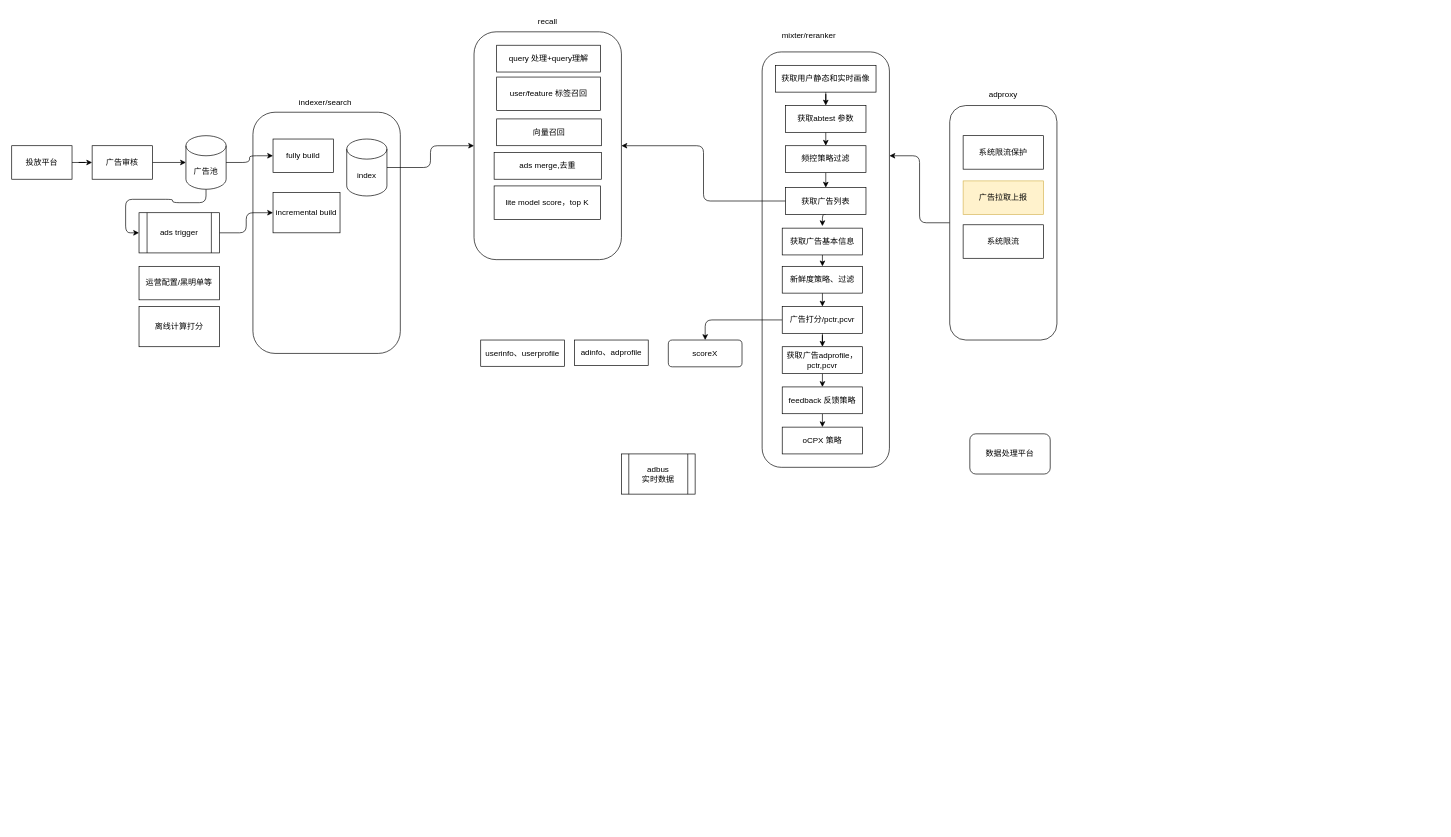
Earlier version of the draw.io diagram source/diagrams/ads.drawio (wxquare/wxquare.github.io). Source tidied: cells renumbered, new cells numbered last; positions are measured from the earlier drawing's top-left corner, leaving out a move shared by most shapes. Both pictures are drawn from the tidied source at 67%, with x=0, y=0 at pixel (11, 11).
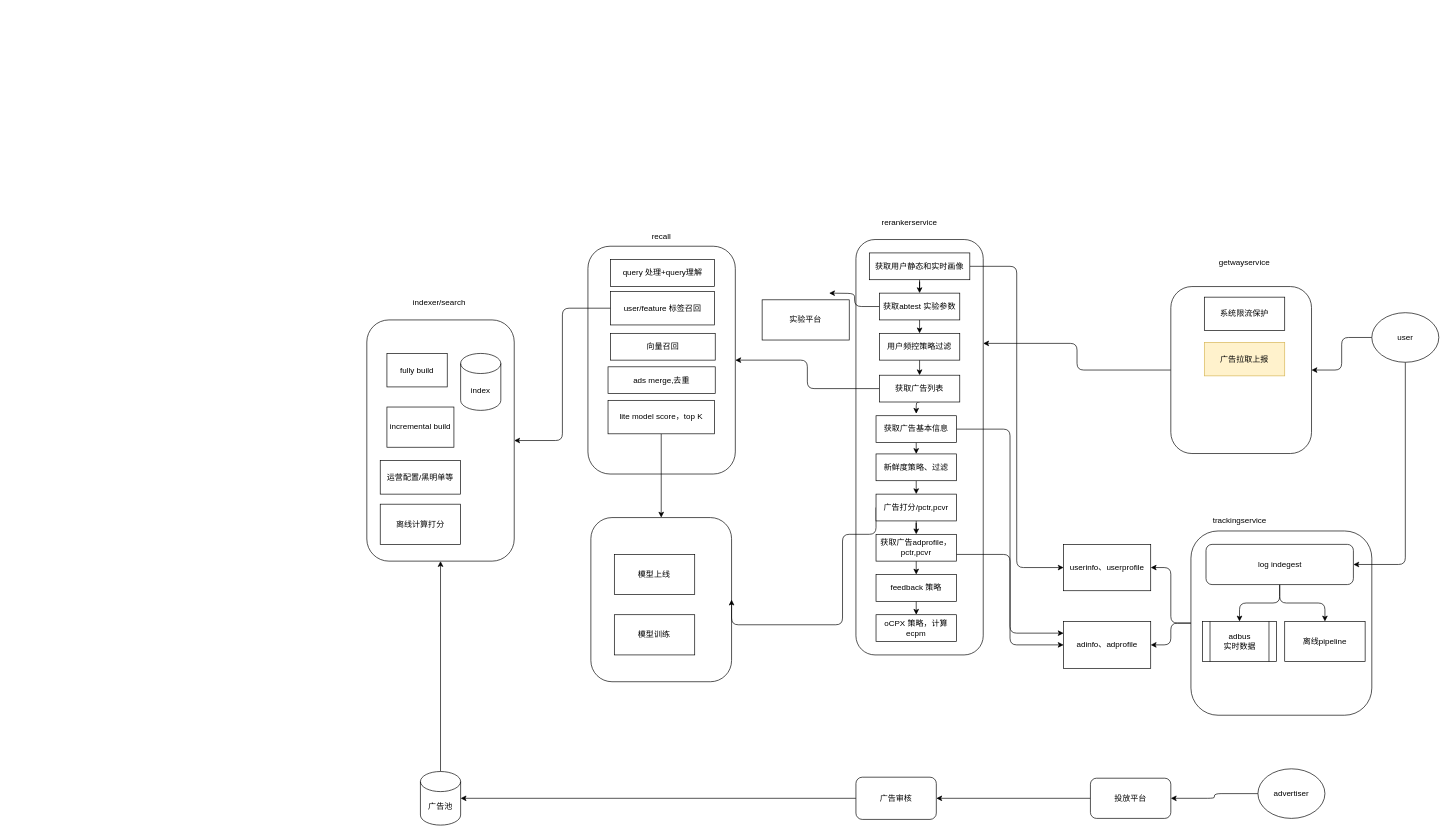
Above is the later version.

Change to the diagram source:
```diff
@@
-    <mxCell id="2" style="edgeStyle=orthogonalEdgeStyle;rounded=1;jettySize=auto;html=1;exitX=0.5;exitY=1;exitDx=0;exitDy=0;exitPerimeter=0;entryX=0;entryY=0.5;entryDx=0;entryDy=0;" parent="1" edge="1" source="3" target="14">
-      <mxGeometry relative="1" as="geometry" />
-    </mxCell>
-    <mxCell id="3" value="广告池" style="shape=cylinder3;whiteSpace=wrap;html=1;boundedLbl=1;backgroundOutline=1;size=15;" parent="1" vertex="1">
-      <mxGeometry x="260" y="185" width="60" height="80" as="geometry" />
-    </mxCell>
-    <mxCell id="4" style="edgeStyle=orthogonalEdgeStyle;rounded=0;jettySize=auto;html=1;exitX=1;exitY=0.5;exitDx=0;exitDy=0;" parent="1" edge="1" source="5" target="7">
-      <mxGeometry relative="1" as="geometry" />
-    </mxCell>
-    <mxCell id="5" value="投放平台" style="rounded=0;whiteSpace=wrap;html=1;" parent="1" vertex="1">
-      <mxGeometry y="200" width="90" height="50" as="geometry" />
-    </mxCell>
-    <mxCell id="6" style="edgeStyle=orthogonalEdgeStyle;rounded=0;jettySize=auto;html=1;exitX=1;exitY=0.5;exitDx=0;exitDy=0;entryX=0;entryY=0.5;entryDx=0;entryDy=0;entryPerimeter=0;" parent="1" edge="1" source="7" target="3">
-      <mxGeometry relative="1" as="geometry" />
-    </mxCell>
-    <mxCell id="7" value="广告审核" style="rounded=0;whiteSpace=wrap;html=1;" parent="1" vertex="1">
-      <mxGeometry x="120" y="200" width="90" height="50" as="geometry" />
-    </mxCell>
+    <mxCell id="61" style="edgeStyle=orthogonalEdgeStyle;rounded=1;jettySize=auto;html=1;exitX=0;exitY=0.5;exitDx=0;exitDy=0;entryX=1;entryY=0.5;entryDx=0;entryDy=0;" parent="1" edge="1" source="63" target="34">
+      <mxGeometry relative="1" as="geometry" />
+    </mxCell>
+    <mxCell id="62" style="edgeStyle=orthogonalEdgeStyle;rounded=1;jettySize=auto;html=1;exitX=0;exitY=0.5;exitDx=0;exitDy=0;entryX=1;entryY=0.5;entryDx=0;entryDy=0;" parent="1" edge="1" source="63" target="31">
+      <mxGeometry relative="1" as="geometry" />
+    </mxCell>
+    <mxCell id="63" style="rounded=1;whiteSpace=wrap;html=1;" parent="1" vertex="1">
+      <mxGeometry x="1760" y="775" width="270" height="275" as="geometry" />
+    </mxCell>
     <mxCell id="8" style="rounded=1;whiteSpace=wrap;html=1;" parent="1" vertex="1">
-      <mxGeometry x="360" y="150" width="220" height="360" as="geometry" />
+      <mxGeometry x="530" y="460" width="220" height="360" as="geometry" />
     </mxCell>
-    <mxCell id="9" style="edgeStyle=orthogonalEdgeStyle;rounded=1;jettySize=auto;html=1;exitX=1;exitY=0.5;exitDx=0;exitDy=0;exitPerimeter=0;" parent="1" edge="1" source="10" target="19">
-      <mxGeometry relative="1" as="geometry" />
-    </mxCell>
     <mxCell id="10" value="index" style="shape=cylinder3;whiteSpace=wrap;html=1;boundedLbl=1;backgroundOutline=1;size=15;" parent="1" vertex="1">
-      <mxGeometry x="500" y="190" width="60" height="85" as="geometry" />
+      <mxGeometry x="670" y="510" width="60" height="85" as="geometry" />
     </mxCell>
     <mxCell id="11" value="fully build" style="rounded=0;whiteSpace=wrap;html=1;" parent="1" vertex="1">
-      <mxGeometry x="390" y="190" width="90" height="50" as="geometry" />
+      <mxGeometry x="560" y="510" width="90" height="50" as="geometry" />
     </mxCell>
     <mxCell id="12" value="incremental build" style="rounded=0;whiteSpace=wrap;html=1;" parent="1" vertex="1">
-      <mxGeometry x="390" y="270" width="100" height="60" as="geometry" />
+      <mxGeometry x="560" y="590" width="100" height="60" as="geometry" />
     </mxCell>
-    <mxCell id="13" style="edgeStyle=orthogonalEdgeStyle;rounded=1;jettySize=auto;html=1;exitX=1;exitY=0.5;exitDx=0;exitDy=0;entryX=0;entryY=0.5;entryDx=0;entryDy=0;" parent="1" edge="1" source="14" target="12">
-      <mxGeometry relative="1" as="geometry" />
-    </mxCell>
-    <mxCell id="14" value="ads trigger" style="shape=process;whiteSpace=wrap;html=1;backgroundOutline=1;" parent="1" vertex="1">
-      <mxGeometry x="190" y="300" width="120" height="60" as="geometry" />
-    </mxCell>
-    <mxCell id="15" style="edgeStyle=orthogonalEdgeStyle;rounded=1;jettySize=auto;html=1;exitX=1;exitY=0.5;exitDx=0;exitDy=0;exitPerimeter=0;entryX=0;entryY=0.5;entryDx=0;entryDy=0;" parent="1" edge="1" source="3" target="11">
-      <mxGeometry relative="1" as="geometry" />
-    </mxCell>
     <mxCell id="16" value="运营配置/黑明单等" style="rounded=0;whiteSpace=wrap;html=1;" parent="1" vertex="1">
-      <mxGeometry x="190" y="380" width="120" height="50" as="geometry" />
+      <mxGeometry x="550" y="670" width="120" height="50" as="geometry" />
     </mxCell>
     <mxCell id="17" value="离线计算打分" style="rounded=0;whiteSpace=wrap;html=1;" parent="1" vertex="1">
-      <mxGeometry x="190" y="440" width="120" height="60" as="geometry" />
+      <mxGeometry x="550" y="735" width="120" height="60" as="geometry" />
     </mxCell>
     <mxCell id="18" value="indexer/search&amp;nbsp;" style="text;html=1;strokeColor=none;fillColor=none;align=center;verticalAlign=middle;whiteSpace=wrap;rounded=0;" parent="1" vertex="1">
-      <mxGeometry x="400" y="120" width="140" height="30" as="geometry" />
+      <mxGeometry x="570" y="419" width="140" height="30" as="geometry" />
     </mxCell>
     <mxCell id="19" style="rounded=1;whiteSpace=wrap;html=1;" parent="1" vertex="1">
-      <mxGeometry x="690" y="30" width="220" height="340" as="geometry" />
+      <mxGeometry x="860" y="350" width="220" height="340" as="geometry" />
     </mxCell>
     <mxCell id="20" value="recall" style="text;html=1;strokeColor=none;fillColor=none;align=center;verticalAlign=middle;whiteSpace=wrap;rounded=0;" parent="1" vertex="1">
-      <mxGeometry x="750" width="100" height="30" as="geometry" />
+      <mxGeometry x="920" y="320" width="100" height="30" as="geometry" />
     </mxCell>
     <mxCell id="21" value="query 处理+query理解" style="rounded=0;whiteSpace=wrap;html=1;" parent="1" vertex="1">
-      <mxGeometry x="723.8" y="50" width="155" height="40" as="geometry" />
+      <mxGeometry x="893.8" y="370" width="155" height="40" as="geometry" />
     </mxCell>
+    <mxCell id="64" style="edgeStyle=orthogonalEdgeStyle;rounded=1;jettySize=auto;html=1;exitX=0;exitY=0.5;exitDx=0;exitDy=0;entryX=1;entryY=0.5;entryDx=0;entryDy=0;" parent="1" edge="1" source="22" target="8">
+      <mxGeometry relative="1" as="geometry" />
+    </mxCell>
     <mxCell id="22" value="user/feature 标签召回" style="rounded=0;whiteSpace=wrap;html=1;" parent="1" vertex="1">
-      <mxGeometry x="723.8" y="97.5" width="155" height="50" as="geometry" />
+      <mxGeometry x="893.8" y="417.5" width="155" height="50" as="geometry" />
     </mxCell>
     <mxCell id="23" value="向量召回" style="rounded=0;whiteSpace=wrap;html=1;" parent="1" vertex="1">
-      <mxGeometry x="723.8" y="160" width="156.2" height="40" as="geometry" />
+      <mxGeometry x="893.8" y="480" width="156.2" height="40" as="geometry" />
     </mxCell>
     <mxCell id="24" value="ads merge,去重" style="rounded=0;whiteSpace=wrap;html=1;" parent="1" vertex="1">
-      <mxGeometry x="720" y="210" width="160" height="40" as="geometry" />
+      <mxGeometry x="890" y="530" width="160" height="40" as="geometry" />
     </mxCell>
+    <mxCell id="65" style="edgeStyle=orthogonalEdgeStyle;rounded=1;jettySize=auto;html=1;exitX=0.5;exitY=1;exitDx=0;exitDy=0;entryX=0.5;entryY=0;entryDx=0;entryDy=0;" parent="1" edge="1" source="25" target="49">
+      <mxGeometry relative="1" as="geometry" />
+    </mxCell>
     <mxCell id="25" value="lite model score，top K" style="rounded=0;whiteSpace=wrap;html=1;" parent="1" vertex="1">
-      <mxGeometry x="720" y="260" width="158.8" height="50" as="geometry" />
+      <mxGeometry x="890" y="580" width="158.8" height="50" as="geometry" />
     </mxCell>
     <mxCell id="26" style="rounded=1;whiteSpace=wrap;html=1;" parent="1" vertex="1">
-      <mxGeometry x="1120" y="60" width="190" height="620" as="geometry" />
+      <mxGeometry x="1260" y="340" width="190" height="620" as="geometry" />
     </mxCell>
-    <mxCell id="27" value="mixter/reranker" style="text;html=1;strokeColor=none;fillColor=none;align=center;verticalAlign=middle;whiteSpace=wrap;rounded=0;" parent="1" vertex="1">
-      <mxGeometry x="1160" y="20" width="60" height="30" as="geometry" />
+    <mxCell id="27" value="rerankerservice" style="text;html=1;strokeColor=none;fillColor=none;align=center;verticalAlign=middle;whiteSpace=wrap;rounded=0;" parent="1" vertex="1">
+      <mxGeometry x="1310" y="300" width="60" height="30" as="geometry" />
     </mxCell>
@@
     <mxCell id="29" style="edgeStyle=orthogonalEdgeStyle;rounded=1;jettySize=auto;html=1;exitX=0.5;exitY=1;exitDx=0;exitDy=0;" parent="1" edge="1" source="30">
       <mxGeometry relative="1" as="geometry">
-        <mxPoint x="1210" y="320" as="targetPoint" />
+        <mxPoint x="1350" y="600" as="targetPoint" />
       </mxGeometry>
     </mxCell>
     <mxCell id="30" value="获取广告列表" style="rounded=0;whiteSpace=wrap;html=1;" parent="1" vertex="1">
-      <mxGeometry x="1155" y="262.5" width="120" height="40" as="geometry" />
+      <mxGeometry x="1295" y="542.5" width="120" height="40" as="geometry" />
     </mxCell>
-    <mxCell id="31" value="adinfo、adprofile" style="rounded=0;whiteSpace=wrap;html=1;" parent="1" vertex="1">
-      <mxGeometry x="840" y="490" width="110" height="38" as="geometry" />
-    </mxCell>
     <mxCell id="32" value="adbus&lt;br&gt;实时数据" style="shape=process;whiteSpace=wrap;html=1;backgroundOutline=1;" parent="1" vertex="1">
-      <mxGeometry x="910" y="660" width="110" height="60" as="geometry" />
+      <mxGeometry x="1777.5" y="910" width="110" height="60" as="geometry" />
     </mxCell>
-    <mxCell id="33" value="数据处理平台" style="rounded=1;whiteSpace=wrap;html=1;" parent="1" vertex="1">
-      <mxGeometry x="1430" y="630" width="120" height="60" as="geometry" />
-    </mxCell>
-    <mxCell id="34" value="userinfo、userprofile" style="rounded=0;whiteSpace=wrap;html=1;" parent="1" vertex="1">
-      <mxGeometry x="700" y="490" width="125" height="39.2" as="geometry" />
-    </mxCell>
@@
     <mxCell id="36" style="rounded=1;whiteSpace=wrap;html=1;" parent="1" vertex="1">
-      <mxGeometry x="1400" y="140" width="160" height="350" as="geometry" />
+      <mxGeometry x="1730" y="410.2" width="210" height="249.2" as="geometry" />
     </mxCell>
-    <mxCell id="37" value="adproxy" style="text;html=1;strokeColor=none;fillColor=none;align=center;verticalAlign=middle;whiteSpace=wrap;rounded=0;" parent="1" vertex="1">
-      <mxGeometry x="1450" y="109" width="60" height="30" as="geometry" />
+    <mxCell id="37" value="getwayservice" style="text;html=1;strokeColor=none;fillColor=none;align=center;verticalAlign=middle;whiteSpace=wrap;rounded=0;" parent="1" vertex="1">
+      <mxGeometry x="1810" y="360" width="60" height="30" as="geometry" />
     </mxCell>
     <mxCell id="38" value="系统限流保护" style="rounded=0;whiteSpace=wrap;html=1;" parent="1" vertex="1">
-      <mxGeometry x="1420" y="185" width="120" height="50" as="geometry" />
+      <mxGeometry x="1780" y="426" width="120" height="50" as="geometry" />
     </mxCell>
     <mxCell id="39" value="广告拉取上报" style="rounded=0;whiteSpace=wrap;html=1;fillColor=#fff2cc;strokeColor=#d6b656;" parent="1" vertex="1">
-      <mxGeometry x="1420" y="252.5" width="120" height="50" as="geometry" />
+      <mxGeometry x="1780" y="493.5" width="120" height="50" as="geometry" />
     </mxCell>
-    <mxCell id="40" value="系统限流" style="rounded=0;whiteSpace=wrap;html=1;" parent="1" vertex="1">
-      <mxGeometry x="1420" y="318" width="120" height="50" as="geometry" />
-    </mxCell>
@@
+    <mxCell id="66" style="edgeStyle=orthogonalEdgeStyle;rounded=1;jettySize=auto;html=1;exitX=1;exitY=0.5;exitDx=0;exitDy=0;entryX=0;entryY=0.5;entryDx=0;entryDy=0;" parent="1" edge="1" source="42" target="34">
+      <mxGeometry relative="1" as="geometry" />
+    </mxCell>
     <mxCell id="42" value="获取用户静态和实时画像" style="rounded=0;whiteSpace=wrap;html=1;" parent="1" vertex="1">
-      <mxGeometry x="1140" y="80" width="150" height="40" as="geometry" />
+      <mxGeometry x="1280" y="360" width="150" height="40" as="geometry" />
     </mxCell>
@@
+    <mxCell id="67" style="edgeStyle=orthogonalEdgeStyle;rounded=1;jettySize=auto;html=1;exitX=0;exitY=0.5;exitDx=0;exitDy=0;entryX=1;entryY=0.5;entryDx=0;entryDy=0;" parent="1" edge="1" source="44">
+      <mxGeometry relative="1" as="geometry">
+        <mxPoint x="1220" y="420" as="targetPoint" />
+      </mxGeometry>
+    </mxCell>
-    <mxCell id="44" value="获取abtest 参数" style="rounded=0;whiteSpace=wrap;html=1;" parent="1" vertex="1">
-      <mxGeometry x="1155" y="140" width="120" height="40" as="geometry" />
+    <mxCell id="44" value="获取abtest 实验参数" style="rounded=0;whiteSpace=wrap;html=1;" parent="1" vertex="1">
+      <mxGeometry x="1295" y="420" width="120" height="40" as="geometry" />
     </mxCell>
@@
-    <mxCell id="46" value="频控策略过滤" style="rounded=0;whiteSpace=wrap;html=1;" parent="1" vertex="1">
-      <mxGeometry x="1155" y="200" width="120" height="40" as="geometry" />
+    <mxCell id="46" value="用户频控策略过滤" style="rounded=0;whiteSpace=wrap;html=1;" parent="1" vertex="1">
+      <mxGeometry x="1295" y="480" width="120" height="40" as="geometry" />
     </mxCell>
@@
+    <mxCell id="68" style="edgeStyle=orthogonalEdgeStyle;rounded=1;jettySize=auto;html=1;exitX=1;exitY=0.5;exitDx=0;exitDy=0;entryX=0;entryY=0.5;entryDx=0;entryDy=0;" parent="1" edge="1" source="48" target="31">
+      <mxGeometry relative="1" as="geometry" />
+    </mxCell>
     <mxCell id="48" value="获取广告基本信息" style="rounded=0;whiteSpace=wrap;html=1;" parent="1" vertex="1">
-      <mxGeometry x="1150" y="323" width="120" height="40" as="geometry" />
+      <mxGeometry x="1290" y="603" width="120" height="40" as="geometry" />
     </mxCell>
-    <mxCell id="49" value="scoreX" style="rounded=1;whiteSpace=wrap;html=1;" parent="1" vertex="1">
-      <mxGeometry x="980" y="490" width="110" height="40" as="geometry" />
+    <mxCell id="49" style="rounded=1;whiteSpace=wrap;html=1;" parent="1" vertex="1">
+      <mxGeometry x="864.4" y="755" width="210" height="245" as="geometry" />
     </mxCell>
     <mxCell id="50" style="edgeStyle=orthogonalEdgeStyle;rounded=1;jettySize=auto;html=1;exitX=0.5;exitY=1;exitDx=0;exitDy=0;entryX=0.5;entryY=0;entryDx=0;entryDy=0;" parent="1" edge="1" source="53">
       <mxGeometry relative="1" as="geometry">
-        <mxPoint x="1210" y="460" as="targetPoint" />
+        <mxPoint x="1350" y="740" as="targetPoint" />
       </mxGeometry>
     </mxCell>
+    <mxCell id="52" style="edgeStyle=orthogonalEdgeStyle;rounded=1;jettySize=auto;html=1;exitX=0.5;exitY=1;exitDx=0;exitDy=0;" parent="1" edge="1" source="53" target="57">
+      <mxGeometry relative="1" as="geometry" />
+    </mxCell>
-    <mxCell id="51" style="edgeStyle=orthogonalEdgeStyle;rounded=1;jettySize=auto;html=1;exitX=0;exitY=0.5;exitDx=0;exitDy=0;entryX=0.5;entryY=0;entryDx=0;entryDy=0;" parent="1" edge="1" source="53" target="49">
-      <mxGeometry relative="1" as="geometry" />
+    <mxCell id="51" style="edgeStyle=orthogonalEdgeStyle;rounded=1;jettySize=auto;html=1;exitX=0;exitY=0.5;exitDx=0;exitDy=0;entryX=1;entryY=0.5;entryDx=0;entryDy=0;" parent="1" edge="1" source="53" target="49">
+      <mxGeometry relative="1" as="geometry">
+        <Array as="points">
+          <mxPoint x="1240" y="780" />
+          <mxPoint x="1240" y="915" />
+        </Array>
+      </mxGeometry>
     </mxCell>
-    <mxCell id="52" style="edgeStyle=orthogonalEdgeStyle;rounded=1;jettySize=auto;html=1;exitX=0.5;exitY=1;exitDx=0;exitDy=0;" parent="1" edge="1" source="53" target="57">
-      <mxGeometry relative="1" as="geometry" />
-    </mxCell>
     <mxCell id="53" value="广告打分/pctr,pcvr" style="rounded=0;whiteSpace=wrap;html=1;" parent="1" vertex="1">
-      <mxGeometry x="1150" y="440" width="120" height="40" as="geometry" />
+      <mxGeometry x="1290" y="720" width="120" height="40" as="geometry" />
     </mxCell>
@@
     <mxCell id="55" value="新鲜度策略、过滤" style="rounded=0;whiteSpace=wrap;html=1;" parent="1" vertex="1">
-      <mxGeometry x="1150" y="380" width="120" height="40" as="geometry" />
+      <mxGeometry x="1290" y="660" width="120" height="40" as="geometry" />
     </mxCell>
@@
+    <mxCell id="69" style="edgeStyle=orthogonalEdgeStyle;rounded=1;jettySize=auto;html=1;exitX=1;exitY=0.75;exitDx=0;exitDy=0;entryX=0;entryY=0.25;entryDx=0;entryDy=0;" parent="1" edge="1" source="57" target="31">
+      <mxGeometry relative="1" as="geometry" />
+    </mxCell>
     <mxCell id="57" value="获取广告adprofile，pctr,pcvr" style="rounded=0;whiteSpace=wrap;html=1;" parent="1" vertex="1">
-      <mxGeometry x="1150" y="500" width="120" height="40" as="geometry" />
+      <mxGeometry x="1290" y="780" width="120" height="40" as="geometry" />
     </mxCell>
@@
-    <mxCell id="59" value="feedback 反馈策略" style="rounded=0;whiteSpace=wrap;html=1;" parent="1" vertex="1">
-      <mxGeometry x="1150" y="560" width="120" height="40" as="geometry" />
+    <mxCell id="59" value="feedback 策略" style="rounded=0;whiteSpace=wrap;html=1;" parent="1" vertex="1">
+      <mxGeometry x="1290" y="840" width="120" height="40" as="geometry" />
     </mxCell>
-    <mxCell id="60" value="oCPX 策略" style="rounded=0;whiteSpace=wrap;html=1;" parent="1" vertex="1">
-      <mxGeometry x="1150" y="620" width="120" height="40" as="geometry" />
+    <mxCell id="60" value="oCPX 策略，计算ecpm" style="rounded=0;whiteSpace=wrap;html=1;" parent="1" vertex="1">
+      <mxGeometry x="1290" y="900" width="120" height="40" as="geometry" />
     </mxCell>
+    <mxCell id="70" style="edgeStyle=orthogonalEdgeStyle;rounded=1;jettySize=auto;html=1;exitX=0.5;exitY=1;exitDx=0;exitDy=0;entryX=0.5;entryY=0;entryDx=0;entryDy=0;" parent="1" edge="1" source="72" target="32">
+      <mxGeometry relative="1" as="geometry" />
+    </mxCell>
+    <mxCell id="71" style="edgeStyle=orthogonalEdgeStyle;rounded=1;jettySize=auto;html=1;exitX=0.5;exitY=1;exitDx=0;exitDy=0;entryX=0.5;entryY=0;entryDx=0;entryDy=0;" parent="1" edge="1" source="72" target="80">
+      <mxGeometry relative="1" as="geometry" />
+    </mxCell>
+    <mxCell id="72" value="log indegest" style="rounded=1;whiteSpace=wrap;html=1;" parent="1" vertex="1">
+      <mxGeometry x="1782.5" y="795" width="220" height="60" as="geometry" />
+    </mxCell>
+    <mxCell id="73" value="trackingservice" style="text;html=1;strokeColor=none;fillColor=none;align=center;verticalAlign=middle;whiteSpace=wrap;rounded=0;" parent="1" vertex="1">
+      <mxGeometry x="1802.5" y="745" width="60" height="30" as="geometry" />
+    </mxCell>
+    <mxCell id="74" style="edgeStyle=orthogonalEdgeStyle;rounded=1;jettySize=auto;html=1;exitX=0;exitY=0.5;exitDx=0;exitDy=0;entryX=1;entryY=0.5;entryDx=0;entryDy=0;" parent="1" edge="1" source="76" target="36">
+      <mxGeometry relative="1" as="geometry" />
+    </mxCell>
+    <mxCell id="75" style="edgeStyle=orthogonalEdgeStyle;rounded=1;jettySize=auto;html=1;exitX=0.5;exitY=1;exitDx=0;exitDy=0;entryX=1;entryY=0.5;entryDx=0;entryDy=0;" parent="1" edge="1" source="76" target="72">
+      <mxGeometry relative="1" as="geometry" />
+    </mxCell>
+    <mxCell id="76" value="user" style="ellipse;whiteSpace=wrap;html=1;" parent="1" vertex="1">
+      <mxGeometry x="2030" y="449.2" width="100" height="74" as="geometry" />
+    </mxCell>
+    <mxCell id="77" style="edgeStyle=orthogonalEdgeStyle;rounded=1;jettySize=auto;html=1;exitX=0;exitY=0.5;exitDx=0;exitDy=0;entryX=1;entryY=0.5;entryDx=0;entryDy=0;" parent="1" edge="1" source="78" target="5">
+      <mxGeometry relative="1" as="geometry" />
+    </mxCell>
+    <mxCell id="78" value="advertiser" style="ellipse;whiteSpace=wrap;html=1;" parent="1" vertex="1">
+      <mxGeometry x="1860" y="1130" width="100" height="74" as="geometry" />
+    </mxCell>
+    <mxCell id="4" style="edgeStyle=orthogonalEdgeStyle;rounded=1;jettySize=auto;html=1;exitX=0;exitY=0.5;exitDx=0;exitDy=0;entryX=1;entryY=0.5;entryDx=0;entryDy=0;" parent="1" edge="1" source="5" target="7">
+      <mxGeometry relative="1" as="geometry" />
+    </mxCell>
+    <mxCell id="5" value="投放平台" style="rounded=1;whiteSpace=wrap;html=1;" parent="1" vertex="1">
+      <mxGeometry x="1610" y="1144" width="120" height="60" as="geometry" />
+    </mxCell>
+    <mxCell id="6" style="edgeStyle=orthogonalEdgeStyle;rounded=1;jettySize=auto;html=1;exitX=0;exitY=0.5;exitDx=0;exitDy=0;" parent="1" edge="1" source="7" target="3">
+      <mxGeometry relative="1" as="geometry" />
+    </mxCell>
+    <mxCell id="7" value="广告审核" style="rounded=1;whiteSpace=wrap;html=1;" parent="1" vertex="1">
+      <mxGeometry x="1260" y="1142.5" width="120" height="63" as="geometry" />
+    </mxCell>
+    <mxCell id="79" style="edgeStyle=orthogonalEdgeStyle;rounded=1;jettySize=auto;html=1;exitX=0.5;exitY=0;exitDx=0;exitDy=0;exitPerimeter=0;entryX=0.5;entryY=1;entryDx=0;entryDy=0;" parent="1" edge="1" source="3" target="8">
+      <mxGeometry relative="1" as="geometry" />
+    </mxCell>
+    <mxCell id="3" value="广告池" style="shape=cylinder3;whiteSpace=wrap;html=1;boundedLbl=1;backgroundOutline=1;size=15;" parent="1" vertex="1">
+      <mxGeometry x="610" y="1134" width="60" height="80" as="geometry" />
+    </mxCell>
+    <mxCell id="80" value="离线pipeline" style="rounded=0;whiteSpace=wrap;html=1;" parent="1" vertex="1">
+      <mxGeometry x="1900" y="910" width="120" height="60" as="geometry" />
+    </mxCell>
+    <mxCell id="81" value="模型训练" style="rounded=0;whiteSpace=wrap;html=1;" parent="1" vertex="1">
+      <mxGeometry x="899.4" y="900" width="120" height="60" as="geometry" />
+    </mxCell>
+    <mxCell id="82" value="模型上线" style="rounded=0;whiteSpace=wrap;html=1;" parent="1" vertex="1">
+      <mxGeometry x="899.4" y="810" width="120" height="60" as="geometry" />
+    </mxCell>
+    <mxCell id="31" value="adinfo、adprofile" style="rounded=0;whiteSpace=wrap;html=1;" parent="1" vertex="1">
+      <mxGeometry x="1570" y="910" width="130" height="70" as="geometry" />
+    </mxCell>
+    <mxCell id="83" value="实验平台" style="rounded=0;whiteSpace=wrap;html=1;" parent="1" vertex="1">
+      <mxGeometry x="1120" y="430" width="130" height="60" as="geometry" />
+    </mxCell>
+    <mxCell id="34" value="userinfo、userprofile" style="rounded=0;whiteSpace=wrap;html=1;" parent="1" vertex="1">
+      <mxGeometry x="1570" y="795" width="130" height="69.2" as="geometry" />
+    </mxCell>
```
